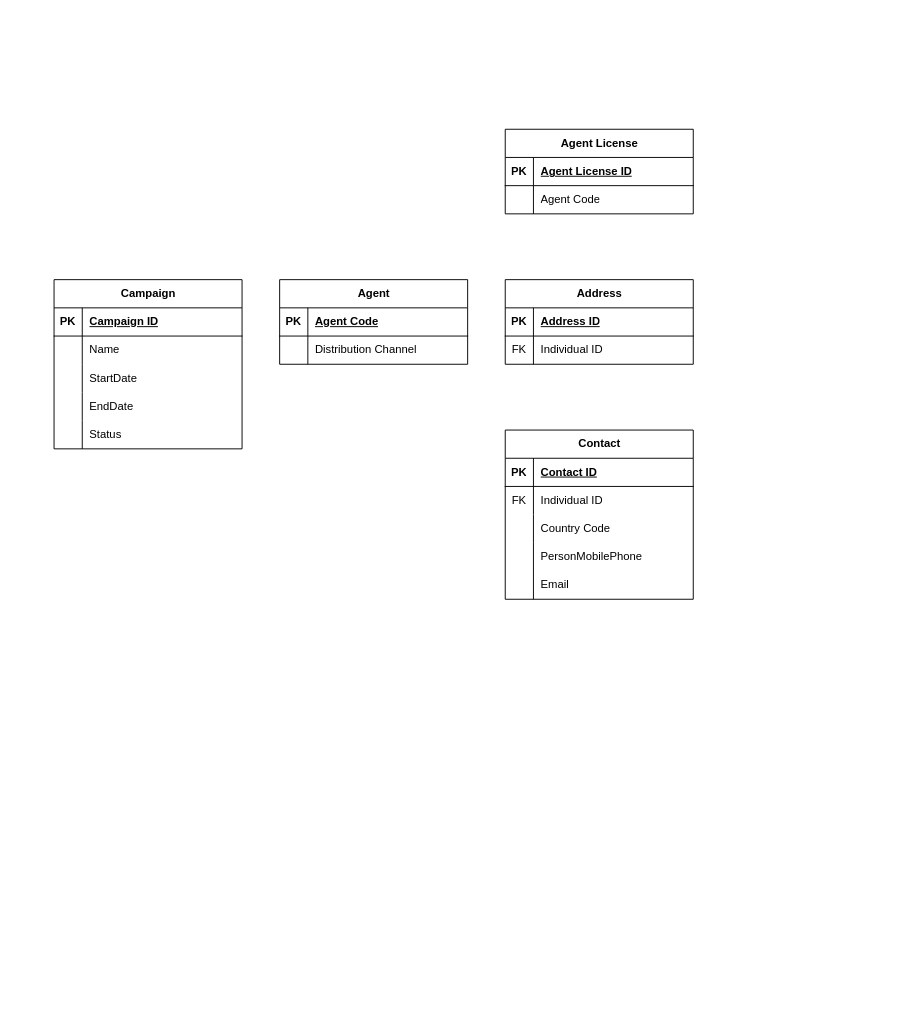
Before: CEP_logic_map.drawio in EpicM97/EpicM, a draw.io diagram. Source tidied: cells renumbered, new cells numbered last; positions are measured from the earlier drawing's top-left corner, leaving out a move shared by most shapes. Both pictures are drawn from the tidied source at 94%, with x=0, y=0 at pixel (54, 129).
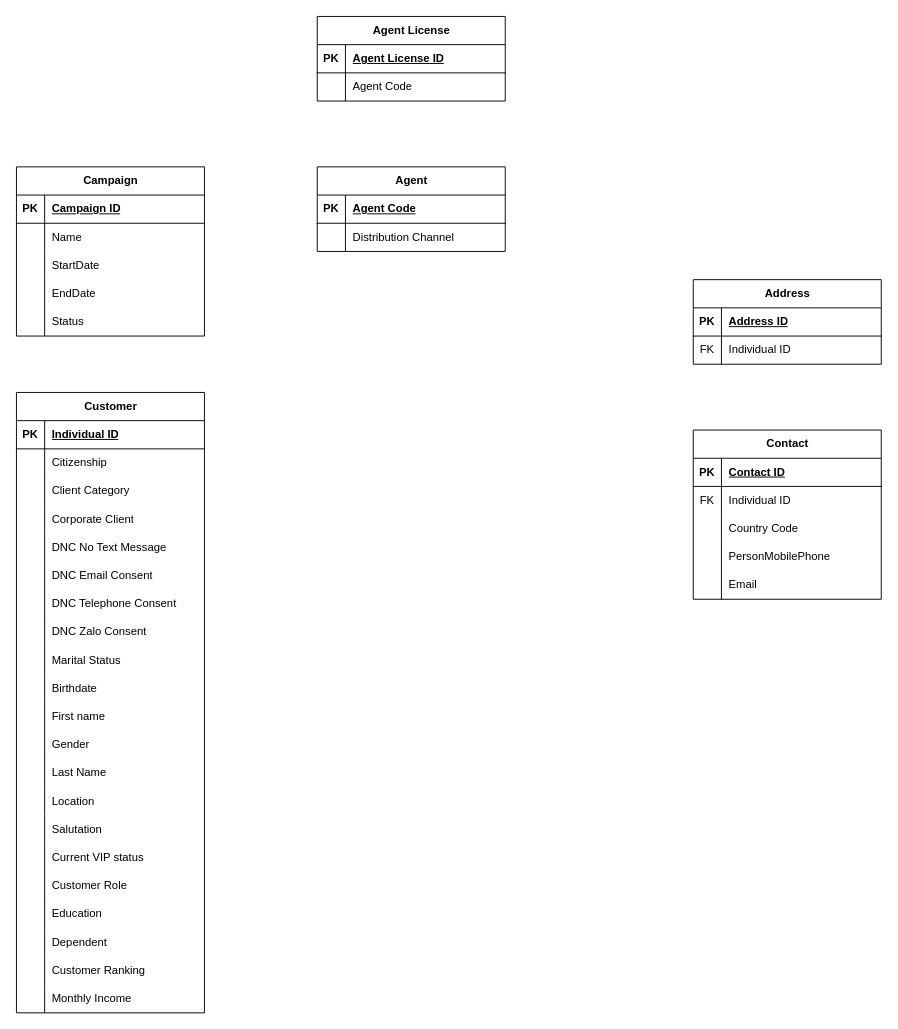
The same diagram, later.

Change to the diagram source:
```diff
@@
     <mxCell id="2" value="Agent" style="shape=table;startSize=30;childLayout=tableLayout;rowLines=0;fontStyle=1;align=center;html=1;" parent="1" vertex="1">
-      <mxGeometry x="240" y="160" width="200" height="90" as="geometry" />
+      <mxGeometry x="280" y="40" width="200" height="90" as="geometry" />
     </mxCell>
@@
     <mxCell id="9" value="Address" style="shape=table;startSize=30;childLayout=tableLayout;rowLines=0;fontStyle=1;align=center;html=1;" parent="1" vertex="1">
-      <mxGeometry x="480" y="160" width="200" height="90" as="geometry" />
+      <mxGeometry x="680" y="160" width="200" height="90" as="geometry" />
     </mxCell>
@@
     <mxCell id="16" value="Agent License" style="shape=table;startSize=30;childLayout=tableLayout;rowLines=0;fontStyle=1;align=center;html=1;" parent="1" vertex="1">
-      <mxGeometry x="480" width="200" height="90" as="geometry" />
+      <mxGeometry x="280" y="-120" width="200" height="90" as="geometry" />
     </mxCell>
@@
     <mxCell id="23" value="Campaign" style="shape=table;startSize=30;childLayout=tableLayout;rowLines=0;fontStyle=1;align=center;html=1;" parent="1" vertex="1">
-      <mxGeometry y="160" width="200" height="180" as="geometry" />
+      <mxGeometry x="-40" y="40" width="200" height="180" as="geometry" />
     </mxCell>
@@
     <mxCell id="39" value="Contact" style="shape=table;startSize=30;childLayout=tableLayout;rowLines=0;fontStyle=1;align=center;html=1;" parent="1" vertex="1">
-      <mxGeometry x="480" y="320" width="200" height="180" as="geometry" />
+      <mxGeometry x="680" y="320" width="200" height="180" as="geometry" />
     </mxCell>
@@
+    <mxCell id="55" value="Customer" style="shape=table;startSize=30;childLayout=tableLayout;rowLines=0;fontStyle=1;align=center;html=1;" parent="1" vertex="1">
+      <mxGeometry x="-40" y="280" width="200" height="660" as="geometry" />
+    </mxCell>
+    <mxCell id="56" style="shape=tableRow;horizontal=0;startSize=0;swimlaneHead=0;swimlaneBody=0;fillColor=none;top=0;left=0;right=0;bottom=1;" parent="55" vertex="1">
+      <mxGeometry y="30" width="200" height="30" as="geometry" />
+    </mxCell>
+    <mxCell id="57" value="PK" style="shape=partialRectangle;fillColor=none;top=0;left=0;bottom=0;right=0;fontStyle=1;overflow=hidden;whiteSpace=wrap;html=1;" parent="56" vertex="1">
+      <mxGeometry width="30" height="30" as="geometry" />
+    </mxCell>
+    <mxCell id="58" value="Individual ID" style="shape=partialRectangle;fillColor=none;top=0;left=0;bottom=0;right=0;align=left;spacingLeft=6;fontStyle=5;overflow=hidden;whiteSpace=wrap;html=1;" parent="56" vertex="1">
+      <mxGeometry x="30" width="170" height="30" as="geometry" />
+    </mxCell>
+    <mxCell id="59" style="shape=tableRow;horizontal=0;startSize=0;swimlaneHead=0;swimlaneBody=0;fillColor=none;top=0;left=0;right=0;bottom=0;" parent="55" vertex="1">
+      <mxGeometry y="60" width="200" height="30" as="geometry" />
+    </mxCell>
+    <mxCell id="60" style="shape=partialRectangle;fillColor=none;top=0;left=0;bottom=0;right=0;overflow=hidden;whiteSpace=wrap;html=1;" parent="59" vertex="1">
+      <mxGeometry width="30" height="30" as="geometry" />
+    </mxCell>
+    <mxCell id="61" value="Citizenship" style="shape=partialRectangle;fillColor=none;top=0;left=0;bottom=0;right=0;align=left;spacingLeft=6;overflow=hidden;whiteSpace=wrap;html=1;" parent="59" vertex="1">
+      <mxGeometry x="30" width="170" height="30" as="geometry" />
+    </mxCell>
+    <mxCell id="62" style="shape=tableRow;horizontal=0;startSize=0;swimlaneHead=0;swimlaneBody=0;fillColor=none;top=0;left=0;right=0;bottom=0;" parent="55" vertex="1">
+      <mxGeometry y="90" width="200" height="30" as="geometry" />
+    </mxCell>
+    <mxCell id="63" style="shape=partialRectangle;fillColor=none;top=0;left=0;bottom=0;right=0;overflow=hidden;whiteSpace=wrap;html=1;" parent="62" vertex="1">
+      <mxGeometry width="30" height="30" as="geometry" />
+    </mxCell>
+    <mxCell id="64" value="Client Category" style="shape=partialRectangle;fillColor=none;top=0;left=0;bottom=0;right=0;align=left;spacingLeft=6;overflow=hidden;whiteSpace=wrap;html=1;" parent="62" vertex="1">
+      <mxGeometry x="30" width="170" height="30" as="geometry" />
+    </mxCell>
+    <mxCell id="65" style="shape=tableRow;horizontal=0;startSize=0;swimlaneHead=0;swimlaneBody=0;fillColor=none;top=0;left=0;right=0;bottom=0;" parent="55" vertex="1">
+      <mxGeometry y="120" width="200" height="30" as="geometry" />
+    </mxCell>
+    <mxCell id="66" style="shape=partialRectangle;fillColor=none;top=0;left=0;bottom=0;right=0;overflow=hidden;whiteSpace=wrap;html=1;" parent="65" vertex="1">
+      <mxGeometry width="30" height="30" as="geometry" />
+    </mxCell>
+    <mxCell id="67" value="Corporate Client" style="shape=partialRectangle;fillColor=none;top=0;left=0;bottom=0;right=0;align=left;spacingLeft=6;overflow=hidden;whiteSpace=wrap;html=1;" parent="65" vertex="1">
+      <mxGeometry x="30" width="170" height="30" as="geometry" />
+    </mxCell>
+    <mxCell id="68" style="shape=tableRow;horizontal=0;startSize=0;swimlaneHead=0;swimlaneBody=0;fillColor=none;top=0;left=0;right=0;bottom=0;" parent="55" vertex="1">
+      <mxGeometry y="150" width="200" height="30" as="geometry" />
+    </mxCell>
+    <mxCell id="69" style="shape=partialRectangle;fillColor=none;top=0;left=0;bottom=0;right=0;overflow=hidden;whiteSpace=wrap;html=1;" parent="68" vertex="1">
+      <mxGeometry width="30" height="30" as="geometry" />
+    </mxCell>
+    <mxCell id="70" value="DNC No Text Message" style="shape=partialRectangle;fillColor=none;top=0;left=0;bottom=0;right=0;align=left;spacingLeft=6;overflow=hidden;whiteSpace=wrap;html=1;" parent="68" vertex="1">
+      <mxGeometry x="30" width="170" height="30" as="geometry" />
+    </mxCell>
+    <mxCell id="71" style="shape=tableRow;horizontal=0;startSize=0;swimlaneHead=0;swimlaneBody=0;fillColor=none;top=0;left=0;right=0;bottom=0;" parent="55" vertex="1">
+      <mxGeometry y="180" width="200" height="30" as="geometry" />
+    </mxCell>
+    <mxCell id="72" style="shape=partialRectangle;fillColor=none;top=0;left=0;bottom=0;right=0;overflow=hidden;whiteSpace=wrap;html=1;" parent="71" vertex="1">
+      <mxGeometry width="30" height="30" as="geometry" />
+    </mxCell>
+    <mxCell id="73" value="DNC Email Consent" style="shape=partialRectangle;fillColor=none;top=0;left=0;bottom=0;right=0;align=left;spacingLeft=6;overflow=hidden;whiteSpace=wrap;html=1;" parent="71" vertex="1">
+      <mxGeometry x="30" width="170" height="30" as="geometry" />
+    </mxCell>
+    <mxCell id="74" style="shape=tableRow;horizontal=0;startSize=0;swimlaneHead=0;swimlaneBody=0;fillColor=none;top=0;left=0;right=0;bottom=0;" parent="55" vertex="1">
+      <mxGeometry y="210" width="200" height="30" as="geometry" />
+    </mxCell>
+    <mxCell id="75" style="shape=partialRectangle;fillColor=none;top=0;left=0;bottom=0;right=0;overflow=hidden;whiteSpace=wrap;html=1;" parent="74" vertex="1">
+      <mxGeometry width="30" height="30" as="geometry" />
+    </mxCell>
+    <mxCell id="76" value="DNC Telephone Consent" style="shape=partialRectangle;fillColor=none;top=0;left=0;bottom=0;right=0;align=left;spacingLeft=6;overflow=hidden;whiteSpace=wrap;html=1;" parent="74" vertex="1">
+      <mxGeometry x="30" width="170" height="30" as="geometry" />
+    </mxCell>
+    <mxCell id="77" style="shape=tableRow;horizontal=0;startSize=0;swimlaneHead=0;swimlaneBody=0;fillColor=none;top=0;left=0;right=0;bottom=0;" parent="55" vertex="1">
+      <mxGeometry y="240" width="200" height="30" as="geometry" />
+    </mxCell>
+    <mxCell id="78" style="shape=partialRectangle;fillColor=none;top=0;left=0;bottom=0;right=0;overflow=hidden;whiteSpace=wrap;html=1;" parent="77" vertex="1">
+      <mxGeometry width="30" height="30" as="geometry" />
+    </mxCell>
+    <mxCell id="79" value="DNC Zalo Consent" style="shape=partialRectangle;fillColor=none;top=0;left=0;bottom=0;right=0;align=left;spacingLeft=6;overflow=hidden;whiteSpace=wrap;html=1;" parent="77" vertex="1">
+      <mxGeometry x="30" width="170" height="30" as="geometry" />
+    </mxCell>
+    <mxCell id="80" style="shape=tableRow;horizontal=0;startSize=0;swimlaneHead=0;swimlaneBody=0;fillColor=none;top=0;left=0;right=0;bottom=0;" parent="55" vertex="1">
+      <mxGeometry y="270" width="200" height="30" as="geometry" />
+    </mxCell>
+    <mxCell id="81" style="shape=partialRectangle;fillColor=none;top=0;left=0;bottom=0;right=0;overflow=hidden;whiteSpace=wrap;html=1;" parent="80" vertex="1">
+      <mxGeometry width="30" height="30" as="geometry" />
+    </mxCell>
+    <mxCell id="82" value="Marital Status" style="shape=partialRectangle;fillColor=none;top=0;left=0;bottom=0;right=0;align=left;spacingLeft=6;overflow=hidden;whiteSpace=wrap;html=1;" parent="80" vertex="1">
+      <mxGeometry x="30" width="170" height="30" as="geometry" />
+    </mxCell>
+    <mxCell id="83" style="shape=tableRow;horizontal=0;startSize=0;swimlaneHead=0;swimlaneBody=0;fillColor=none;top=0;left=0;right=0;bottom=0;" parent="55" vertex="1">
+      <mxGeometry y="300" width="200" height="30" as="geometry" />
+    </mxCell>
+    <mxCell id="84" style="shape=partialRectangle;fillColor=none;top=0;left=0;bottom=0;right=0;overflow=hidden;whiteSpace=wrap;html=1;" parent="83" vertex="1">
+      <mxGeometry width="30" height="30" as="geometry" />
+    </mxCell>
+    <mxCell id="85" value="Birthdate" style="shape=partialRectangle;fillColor=none;top=0;left=0;bottom=0;right=0;align=left;spacingLeft=6;overflow=hidden;whiteSpace=wrap;html=1;" parent="83" vertex="1">
+      <mxGeometry x="30" width="170" height="30" as="geometry" />
+    </mxCell>
+    <mxCell id="86" style="shape=tableRow;horizontal=0;startSize=0;swimlaneHead=0;swimlaneBody=0;fillColor=none;top=0;left=0;right=0;bottom=0;" parent="55" vertex="1">
+      <mxGeometry y="330" width="200" height="30" as="geometry" />
+    </mxCell>
+    <mxCell id="87" style="shape=partialRectangle;fillColor=none;top=0;left=0;bottom=0;right=0;overflow=hidden;whiteSpace=wrap;html=1;" parent="86" vertex="1">
+      <mxGeometry width="30" height="30" as="geometry" />
+    </mxCell>
+    <mxCell id="88" value="First name" style="shape=partialRectangle;fillColor=none;top=0;left=0;bottom=0;right=0;align=left;spacingLeft=6;overflow=hidden;whiteSpace=wrap;html=1;" parent="86" vertex="1">
+      <mxGeometry x="30" width="170" height="30" as="geometry" />
+    </mxCell>
+    <mxCell id="89" style="shape=tableRow;horizontal=0;startSize=0;swimlaneHead=0;swimlaneBody=0;fillColor=none;top=0;left=0;right=0;bottom=0;" parent="55" vertex="1">
+      <mxGeometry y="360" width="200" height="30" as="geometry" />
+    </mxCell>
+    <mxCell id="90" style="shape=partialRectangle;fillColor=none;top=0;left=0;bottom=0;right=0;overflow=hidden;whiteSpace=wrap;html=1;" parent="89" vertex="1">
+      <mxGeometry width="30" height="30" as="geometry" />
+    </mxCell>
+    <mxCell id="91" value="Gender" style="shape=partialRectangle;fillColor=none;top=0;left=0;bottom=0;right=0;align=left;spacingLeft=6;overflow=hidden;whiteSpace=wrap;html=1;" parent="89" vertex="1">
+      <mxGeometry x="30" width="170" height="30" as="geometry" />
+    </mxCell>
+    <mxCell id="92" style="shape=tableRow;horizontal=0;startSize=0;swimlaneHead=0;swimlaneBody=0;fillColor=none;top=0;left=0;right=0;bottom=0;" parent="55" vertex="1">
+      <mxGeometry y="390" width="200" height="30" as="geometry" />
+    </mxCell>
+    <mxCell id="93" style="shape=partialRectangle;fillColor=none;top=0;left=0;bottom=0;right=0;overflow=hidden;whiteSpace=wrap;html=1;" parent="92" vertex="1">
+      <mxGeometry width="30" height="30" as="geometry" />
+    </mxCell>
+    <mxCell id="94" value="Last Name" style="shape=partialRectangle;fillColor=none;top=0;left=0;bottom=0;right=0;align=left;spacingLeft=6;overflow=hidden;whiteSpace=wrap;html=1;" parent="92" vertex="1">
+      <mxGeometry x="30" width="170" height="30" as="geometry" />
+    </mxCell>
+    <mxCell id="95" style="shape=tableRow;horizontal=0;startSize=0;swimlaneHead=0;swimlaneBody=0;fillColor=none;top=0;left=0;right=0;bottom=0;" parent="55" vertex="1">
+      <mxGeometry y="420" width="200" height="30" as="geometry" />
+    </mxCell>
+    <mxCell id="96" style="shape=partialRectangle;fillColor=none;top=0;left=0;bottom=0;right=0;overflow=hidden;whiteSpace=wrap;html=1;" parent="95" vertex="1">
+      <mxGeometry width="30" height="30" as="geometry" />
+    </mxCell>
+    <mxCell id="97" value="Location" style="shape=partialRectangle;fillColor=none;top=0;left=0;bottom=0;right=0;align=left;spacingLeft=6;overflow=hidden;whiteSpace=wrap;html=1;" parent="95" vertex="1">
+      <mxGeometry x="30" width="170" height="30" as="geometry" />
+    </mxCell>
+    <mxCell id="98" style="shape=tableRow;horizontal=0;startSize=0;swimlaneHead=0;swimlaneBody=0;fillColor=none;top=0;left=0;right=0;bottom=0;" parent="55" vertex="1">
+      <mxGeometry y="450" width="200" height="30" as="geometry" />
+    </mxCell>
+    <mxCell id="99" style="shape=partialRectangle;fillColor=none;top=0;left=0;bottom=0;right=0;overflow=hidden;whiteSpace=wrap;html=1;" parent="98" vertex="1">
+      <mxGeometry width="30" height="30" as="geometry" />
+    </mxCell>
+    <mxCell id="100" value="Salutation" style="shape=partialRectangle;fillColor=none;top=0;left=0;bottom=0;right=0;align=left;spacingLeft=6;overflow=hidden;whiteSpace=wrap;html=1;" parent="98" vertex="1">
+      <mxGeometry x="30" width="170" height="30" as="geometry" />
+    </mxCell>
+    <mxCell id="101" style="shape=tableRow;horizontal=0;startSize=0;swimlaneHead=0;swimlaneBody=0;fillColor=none;top=0;left=0;right=0;bottom=0;" parent="55" vertex="1">
+      <mxGeometry y="480" width="200" height="30" as="geometry" />
+    </mxCell>
+    <mxCell id="102" style="shape=partialRectangle;fillColor=none;top=0;left=0;bottom=0;right=0;overflow=hidden;whiteSpace=wrap;html=1;" parent="101" vertex="1">
+      <mxGeometry width="30" height="30" as="geometry" />
+    </mxCell>
+    <mxCell id="103" value="Current VIP status" style="shape=partialRectangle;fillColor=none;top=0;left=0;bottom=0;right=0;align=left;spacingLeft=6;overflow=hidden;whiteSpace=wrap;html=1;" parent="101" vertex="1">
+      <mxGeometry x="30" width="170" height="30" as="geometry" />
+    </mxCell>
+    <mxCell id="104" style="shape=tableRow;horizontal=0;startSize=0;swimlaneHead=0;swimlaneBody=0;fillColor=none;top=0;left=0;right=0;bottom=0;" parent="55" vertex="1">
+      <mxGeometry y="510" width="200" height="30" as="geometry" />
+    </mxCell>
+    <mxCell id="105" style="shape=partialRectangle;fillColor=none;top=0;left=0;bottom=0;right=0;overflow=hidden;whiteSpace=wrap;html=1;" parent="104" vertex="1">
+      <mxGeometry width="30" height="30" as="geometry" />
+    </mxCell>
+    <mxCell id="106" value="Customer Role" style="shape=partialRectangle;fillColor=none;top=0;left=0;bottom=0;right=0;align=left;spacingLeft=6;overflow=hidden;whiteSpace=wrap;html=1;" parent="104" vertex="1">
+      <mxGeometry x="30" width="170" height="30" as="geometry" />
+    </mxCell>
+    <mxCell id="107" style="shape=tableRow;horizontal=0;startSize=0;swimlaneHead=0;swimlaneBody=0;fillColor=none;top=0;left=0;right=0;bottom=0;" parent="55" vertex="1">
+      <mxGeometry y="540" width="200" height="30" as="geometry" />
+    </mxCell>
+    <mxCell id="108" style="shape=partialRectangle;fillColor=none;top=0;left=0;bottom=0;right=0;overflow=hidden;whiteSpace=wrap;html=1;" parent="107" vertex="1">
+      <mxGeometry width="30" height="30" as="geometry" />
+    </mxCell>
+    <mxCell id="109" value="Education" style="shape=partialRectangle;fillColor=none;top=0;left=0;bottom=0;right=0;align=left;spacingLeft=6;overflow=hidden;whiteSpace=wrap;html=1;" parent="107" vertex="1">
+      <mxGeometry x="30" width="170" height="30" as="geometry" />
+    </mxCell>
+    <mxCell id="110" style="shape=tableRow;horizontal=0;startSize=0;swimlaneHead=0;swimlaneBody=0;fillColor=none;top=0;left=0;right=0;bottom=0;" parent="55" vertex="1">
+      <mxGeometry y="570" width="200" height="30" as="geometry" />
+    </mxCell>
+    <mxCell id="111" style="shape=partialRectangle;fillColor=none;top=0;left=0;bottom=0;right=0;overflow=hidden;whiteSpace=wrap;html=1;" parent="110" vertex="1">
+      <mxGeometry width="30" height="30" as="geometry" />
+    </mxCell>
+    <mxCell id="112" value="Dependent" style="shape=partialRectangle;fillColor=none;top=0;left=0;bottom=0;right=0;align=left;spacingLeft=6;overflow=hidden;whiteSpace=wrap;html=1;" parent="110" vertex="1">
+      <mxGeometry x="30" width="170" height="30" as="geometry" />
+    </mxCell>
+    <mxCell id="113" style="shape=tableRow;horizontal=0;startSize=0;swimlaneHead=0;swimlaneBody=0;fillColor=none;top=0;left=0;right=0;bottom=0;" parent="55" vertex="1">
+      <mxGeometry y="600" width="200" height="30" as="geometry" />
+    </mxCell>
+    <mxCell id="114" style="shape=partialRectangle;fillColor=none;top=0;left=0;bottom=0;right=0;overflow=hidden;whiteSpace=wrap;html=1;" parent="113" vertex="1">
+      <mxGeometry width="30" height="30" as="geometry" />
+    </mxCell>
+    <mxCell id="115" value="Customer Ranking" style="shape=partialRectangle;fillColor=none;top=0;left=0;bottom=0;right=0;align=left;spacingLeft=6;overflow=hidden;whiteSpace=wrap;html=1;" parent="113" vertex="1">
+      <mxGeometry x="30" width="170" height="30" as="geometry" />
+    </mxCell>
+    <mxCell id="116" style="shape=tableRow;horizontal=0;startSize=0;swimlaneHead=0;swimlaneBody=0;fillColor=none;top=0;left=0;right=0;bottom=0;" parent="55" vertex="1">
+      <mxGeometry y="630" width="200" height="30" as="geometry" />
+    </mxCell>
+    <mxCell id="117" style="shape=partialRectangle;fillColor=none;top=0;left=0;bottom=0;right=0;overflow=hidden;whiteSpace=wrap;html=1;" parent="116" vertex="1">
+      <mxGeometry width="30" height="30" as="geometry" />
+    </mxCell>
+    <mxCell id="118" value="Monthly Income" style="shape=partialRectangle;fillColor=none;top=0;left=0;bottom=0;right=0;align=left;spacingLeft=6;overflow=hidden;whiteSpace=wrap;html=1;" parent="116" vertex="1">
+      <mxGeometry x="30" width="170" height="30" as="geometry" />
+    </mxCell>
```
